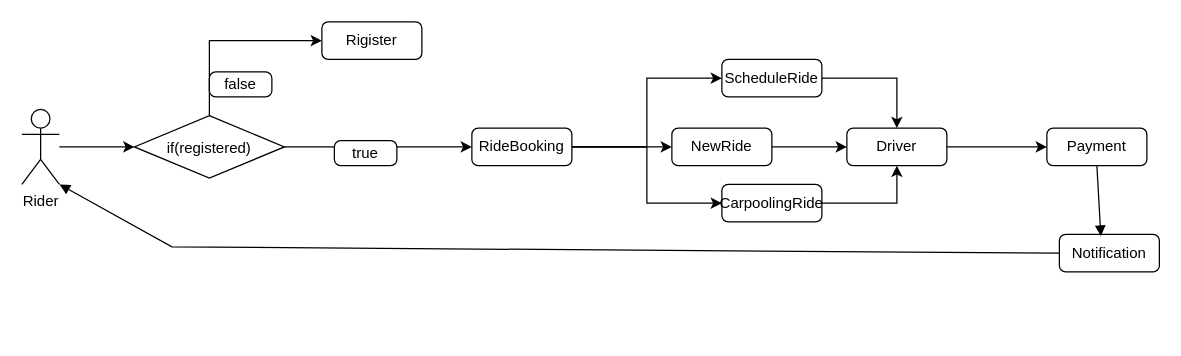
Earlier version of the draw.io diagram Happy Flow Diagram-Hackathon_1.drawio (IndrajitSir/Uber_LLD_Hackathon-1). Source tidied: cells renumbered, new cells numbered last; positions are measured from the earlier drawing's top-left corner, leaving out a move shared by most shapes. Both pictures are drawn from the tidied source at 125%, with x=0, y=0 at pixel (21, 21).
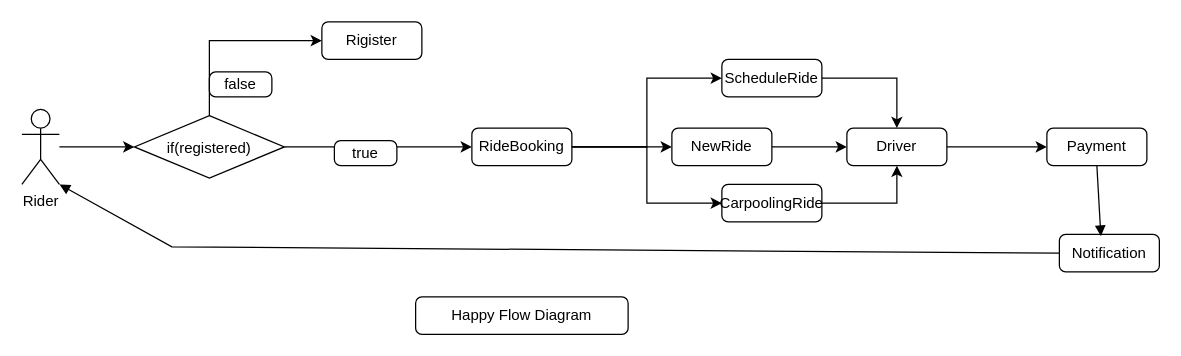
Above is the later version.

The edit, as a diff of the source:
```diff
@@
+    <mxCell id="26" value="Happy Flow Diagram" style="html=1;rounded=1;absoluteArcSize=1;arcSize=10;whiteSpace=wrap;" parent="1" vertex="1">
+      <mxGeometry x="315" y="220" width="170" height="30" as="geometry" />
+    </mxCell>
```
